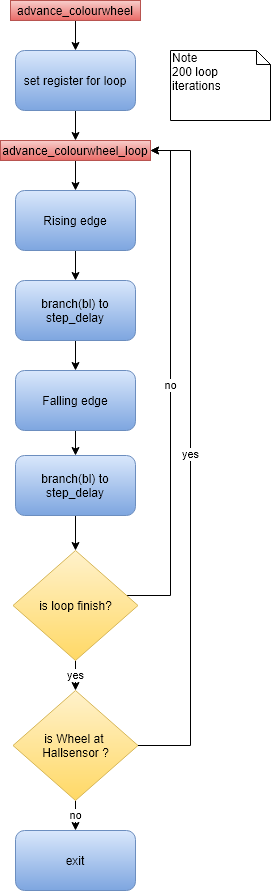
This is diagrams/export/Programmablauf_advance_colorwheel.png from DerToaster98/SysProgTIT18, a draw.io export, as it was before one commit. Source tidied: cells renumbered, new cells last; positions are measured from the earlier drawing's top-left corner, leaving out a move shared by most shapes.
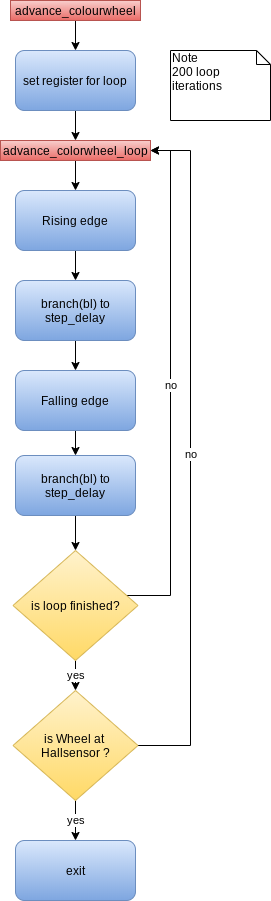
After the commit.

What changed in the source:
```diff
@@ -17,7 +17,7 @@
     <mxCell id="6" style="edgeStyle=orthogonalEdgeStyle;rounded=0;jettySize=auto;html=1;" parent="1" edge="1" source="7" target="9">
       <mxGeometry relative="1" as="geometry" />
     </mxCell>
-    <mxCell id="7" value="advance_colourwheel_loop" style="text;html=1;strokeColor=#b85450;fillColor=#f8cecc;align=center;verticalAlign=middle;whiteSpace=wrap;rounded=0;gradientColor=#ea6b66;" parent="1" vertex="1">
+    <mxCell id="7" value="advance_colorwheel_loop" style="text;html=1;strokeColor=#b85450;fillColor=#f8cecc;align=center;verticalAlign=middle;whiteSpace=wrap;rounded=0;gradientColor=#ea6b66;" parent="1" vertex="1">
       <mxGeometry y="140" width="150" height="20" as="geometry" />
     </mxCell>
     <mxCell id="8" style="edgeStyle=orthogonalEdgeStyle;rounded=0;jettySize=auto;html=1;" parent="1" edge="1" source="9" target="11">
@@ -55,10 +55,10 @@
     <mxCell id="17" value="yes" style="edgeStyle=orthogonalEdgeStyle;rounded=0;jettySize=auto;html=1;" parent="1" edge="1" source="18" target="21">
       <mxGeometry relative="1" as="geometry" />
     </mxCell>
-    <mxCell id="18" value="is loop finish?" style="rhombus;whiteSpace=wrap;html=1;gradientColor=#ffd966;fillColor=#fff2cc;strokeColor=#d6b656;" parent="1" vertex="1">
+    <mxCell id="18" value="&lt;div&gt;is loop finished?&lt;/div&gt;" style="rhombus;whiteSpace=wrap;html=1;gradientColor=#ffd966;fillColor=#fff2cc;strokeColor=#d6b656;" parent="1" vertex="1">
       <mxGeometry x="12.5" y="550" width="125" height="110" as="geometry" />
     </mxCell>
-    <mxCell id="19" value="yes" style="edgeStyle=orthogonalEdgeStyle;rounded=0;jettySize=auto;html=1;entryX=1;entryY=0.5;entryDx=0;entryDy=0;exitX=1;exitY=0.5;exitDx=0;exitDy=0;" parent="1" edge="1" source="21" target="7">
+    <mxCell id="19" value="no" style="edgeStyle=orthogonalEdgeStyle;rounded=0;jettySize=auto;html=1;entryX=1;entryY=0.5;entryDx=0;entryDy=0;exitX=1;exitY=0.5;exitDx=0;exitDy=0;" parent="1" edge="1" source="21" target="7">
       <mxGeometry relative="1" as="geometry">
         <Array as="points">
           <mxPoint x="190" y="745" />
@@ -66,7 +66,7 @@
         </Array>
       </mxGeometry>
     </mxCell>
-    <mxCell id="20" value="no" style="edgeStyle=orthogonalEdgeStyle;rounded=0;jettySize=auto;html=1;entryX=0.5;entryY=0;entryDx=0;entryDy=0;" parent="1" edge="1" source="21" target="23">
+    <mxCell id="20" value="yes" style="edgeStyle=orthogonalEdgeStyle;rounded=0;jettySize=auto;html=1;entryX=0.5;entryY=0;entryDx=0;entryDy=0;" parent="1" edge="1" source="21" target="23">
       <mxGeometry relative="1" as="geometry" />
     </mxCell>
     <mxCell id="21" value="is Wheel at &lt;br&gt;Hallsensor ?" style="rhombus;whiteSpace=wrap;html=1;gradientColor=#ffd966;fillColor=#fff2cc;strokeColor=#d6b656;" parent="1" vertex="1">
@@ -76,7 +76,7 @@
       <mxGeometry x="170" y="50" width="100" height="70" as="geometry" />
     </mxCell>
     <mxCell id="23" value="exit" style="rounded=1;whiteSpace=wrap;html=1;gradientColor=#7ea6e0;fillColor=#dae8fc;strokeColor=#6c8ebf;" parent="1" vertex="1">
-      <mxGeometry x="15" y="830" width="120" height="60" as="geometry" />
+      <mxGeometry x="15" y="840" width="120" height="60" as="geometry" />
     </mxCell>
   </root>
 </mxGraphModel>
```
